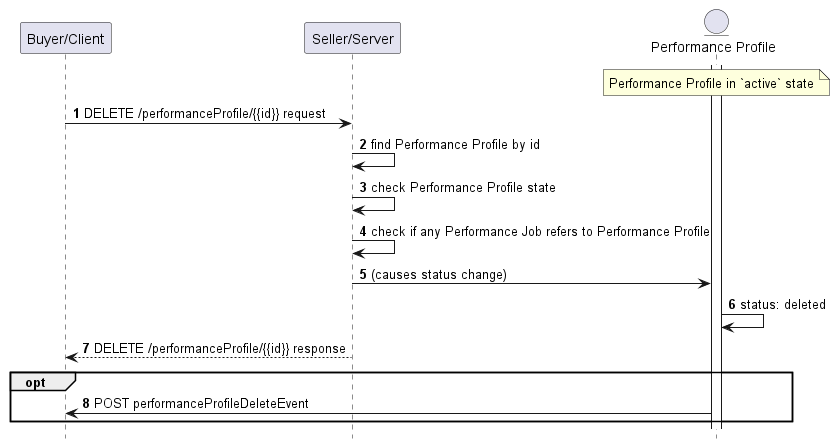
MEF-GIT/MEF-LSO-Legato-SDK keeps this PlantUML diagram as documentation/serviceApi/pm/performance/media/useCase5DeleteFlow.png. Above is the earlier version.
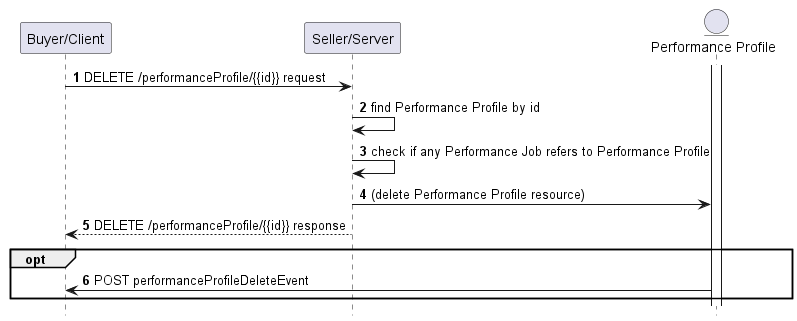
Later version of the same file.

Diff of the diagram source:
```diff
@@ -11,15 +11,12 @@
 
 autonumber
 
-note over PP: Performance Profile in `active` state
 B -> S : DELETE /performanceProfile/{{id}} request
 
 S -> S: find Performance Profile by id
-S -> S: check Performance Profile state
 S -> S: check if any Performance Job refers to Performance Profile
 
-S -> PP: (causes status change)
-PP -> PP: status: deleted
+S -> PP: (delete Performance Profile resource)
 S --> B: DELETE /performanceProfile/{{id}} response
 
 opt
```
